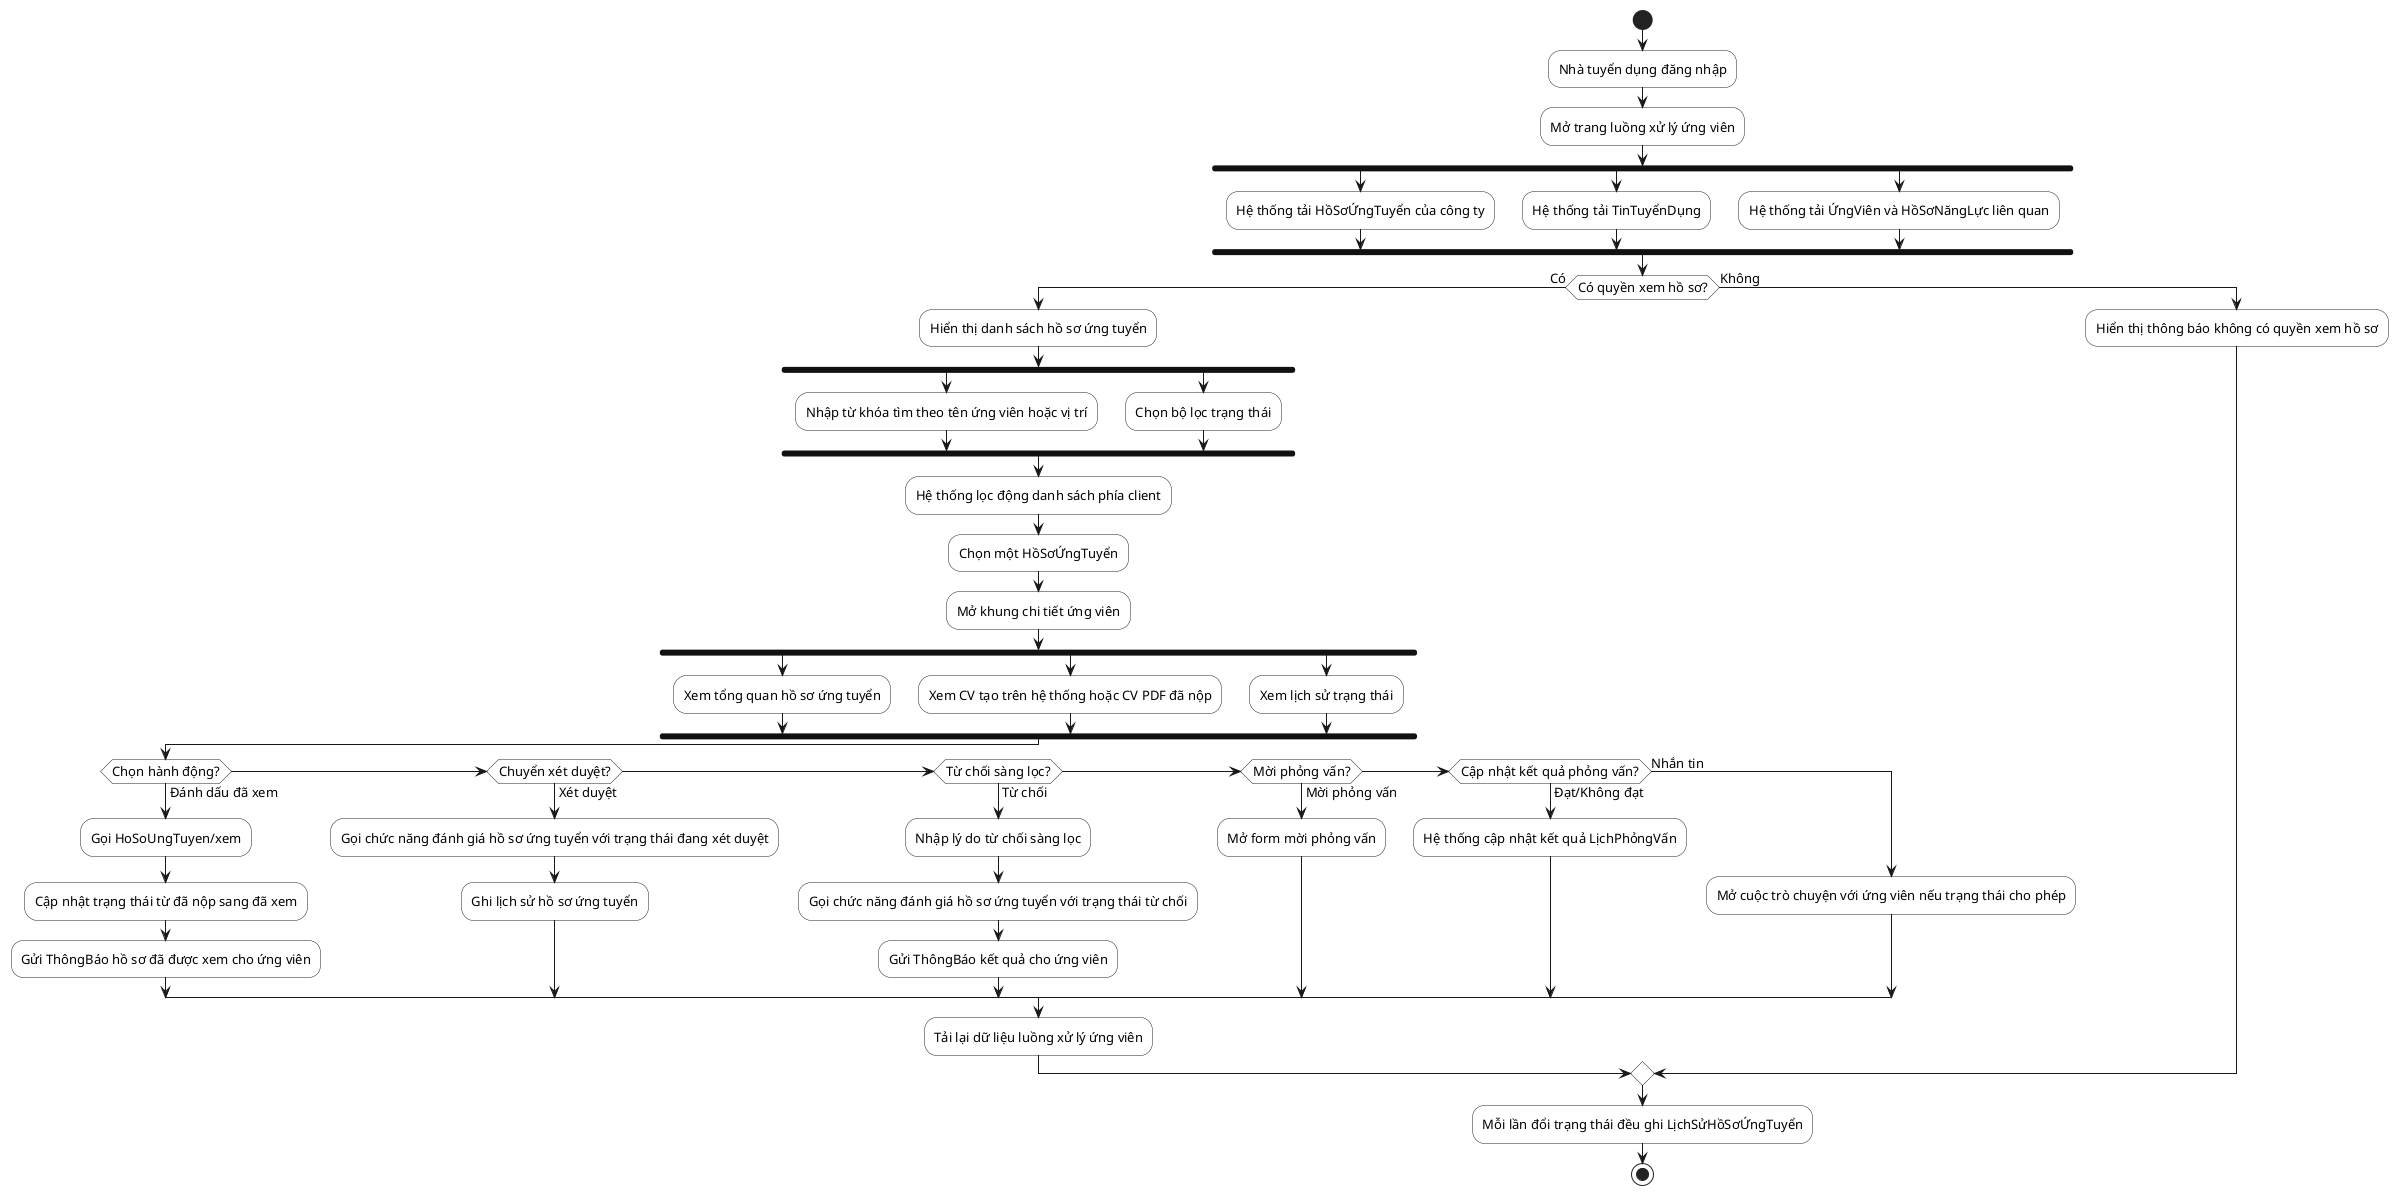
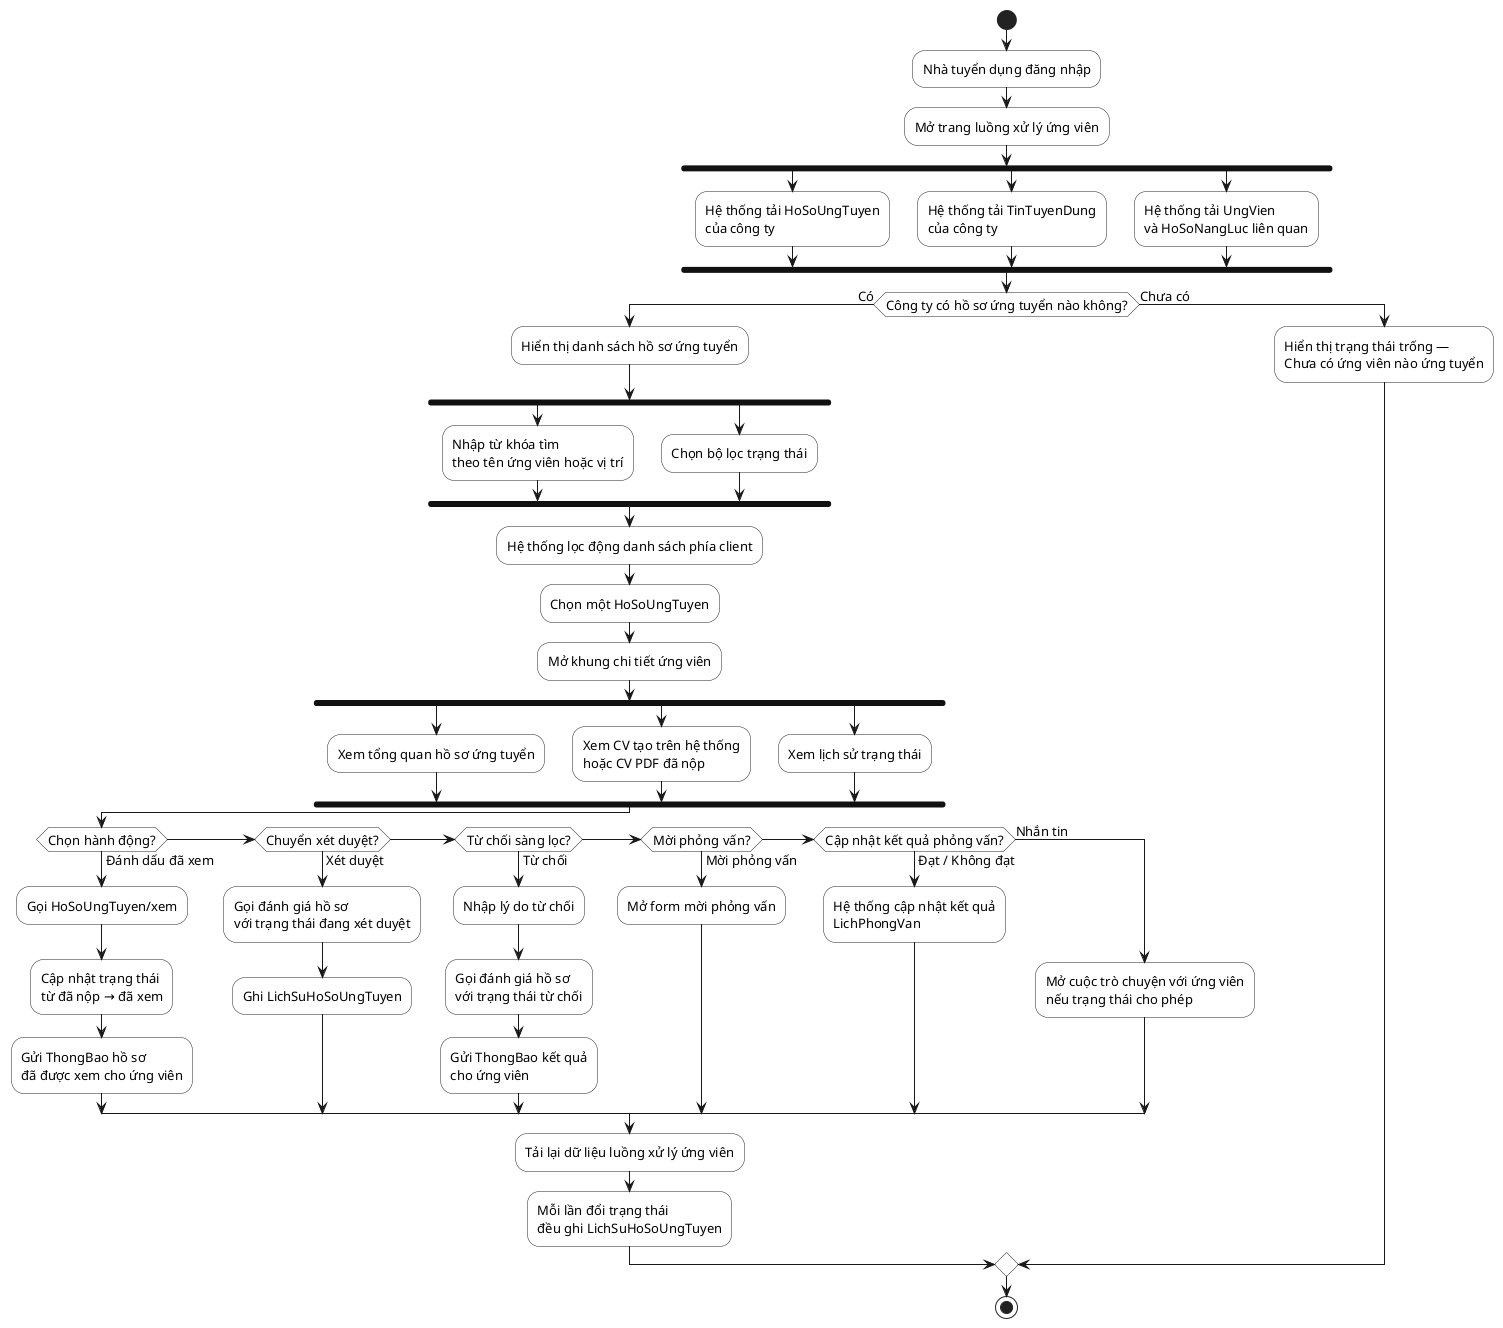
@startuml
skinparam defaultFontName "Segoe UI"
skinparam defaultFontSize 13
skinparam shadowing false
skinparam linetype ortho
skinparam activity {
  BackgroundColor White
  BorderColor #222222
  DiamondBackgroundColor White
  DiamondBorderColor #222222
  BarColor #111111
}
+ 
start
+ 
:Nhà tuyển dụng đăng nhập;
:Mở trang luồng xử lý ứng viên;
+ 
fork
-   :Hệ thống tải HồSơỨngTuyển của công ty;
+   :Hệ thống tải HoSoUngTuyen\ncủa công ty;
fork again
-   :Hệ thống tải TinTuyểnDụng;
+   :Hệ thống tải TinTuyenDung\ncủa công ty;
fork again
-   :Hệ thống tải ỨngViên và HồSơNăngLực liên quan;
+   :Hệ thống tải UngVien\nvà HoSoNangLuc liên quan;
end fork
- if (Có quyền xem hồ sơ?) then (Có)
+ 
+ if (Công ty có hồ sơ ứng tuyển nào không?) then (Có)
+ 
  :Hiển thị danh sách hồ sơ ứng tuyển;
+ 
  fork
-     :Nhập từ khóa tìm theo tên ứng viên hoặc vị trí;
+     :Nhập từ khóa tìm\ntheo tên ứng viên hoặc vị trí;
  fork again
    :Chọn bộ lọc trạng thái;
  end fork
+ 
  :Hệ thống lọc động danh sách phía client;
-   :Chọn một HồSơỨngTuyển;
+   :Chọn một HoSoUngTuyen;
  :Mở khung chi tiết ứng viên;
+ 
  fork
    :Xem tổng quan hồ sơ ứng tuyển;
  fork again
-     :Xem CV tạo trên hệ thống hoặc CV PDF đã nộp;
+     :Xem CV tạo trên hệ thống\nhoặc CV PDF đã nộp;
  fork again
    :Xem lịch sử trạng thái;
  end fork
+ 
  if (Chọn hành động?) then (Đánh dấu đã xem)
    :Gọi HoSoUngTuyen/xem;
-     :Cập nhật trạng thái từ đã nộp sang đã xem;
-     :Gửi ThôngBáo hồ sơ đã được xem cho ứng viên;
+     :Cập nhật trạng thái\ntừ đã nộp → đã xem;
+     :Gửi ThongBao hồ sơ\nđã được xem cho ứng viên;
  elseif (Chuyển xét duyệt?) then (Xét duyệt)
-     :Gọi chức năng đánh giá hồ sơ ứng tuyển với trạng thái đang xét duyệt;
-     :Ghi lịch sử hồ sơ ứng tuyển;
+     :Gọi đánh giá hồ sơ\nvới trạng thái đang xét duyệt;
+     :Ghi LichSuHoSoUngTuyen;
  elseif (Từ chối sàng lọc?) then (Từ chối)
-     :Nhập lý do từ chối sàng lọc;
-     :Gọi chức năng đánh giá hồ sơ ứng tuyển với trạng thái từ chối;
-     :Gửi ThôngBáo kết quả cho ứng viên;
+     :Nhập lý do từ chối;
+     :Gọi đánh giá hồ sơ\nvới trạng thái từ chối;
+     :Gửi ThongBao kết quả\ncho ứng viên;
  elseif (Mời phỏng vấn?) then (Mời phỏng vấn)
    :Mở form mời phỏng vấn;
-   elseif (Cập nhật kết quả phỏng vấn?) then (Đạt/Không đạt)
-     :Hệ thống cập nhật kết quả LịchPhỏngVấn;
+   elseif (Cập nhật kết quả phỏng vấn?) then (Đạt / Không đạt)
+     :Hệ thống cập nhật kết quả\nLichPhongVan;
  else (Nhắn tin)
-     :Mở cuộc trò chuyện với ứng viên nếu trạng thái cho phép;
+     :Mở cuộc trò chuyện với ứng viên\nnếu trạng thái cho phép;
  endif
+ 
  :Tải lại dữ liệu luồng xử lý ứng viên;
- else (Không)
-   :Hiển thị thông báo không có quyền xem hồ sơ;
+   :Mỗi lần đổi trạng thái\nđều ghi LichSuHoSoUngTuyen;
+ 
+ else (Chưa có)
+   :Hiển thị trạng thái trống —\nChưa có ứng viên nào ứng tuyển;
endif
- :Mỗi lần đổi trạng thái đều ghi LịchSửHồSơỨngTuyển;
+ 
stop
@enduml
